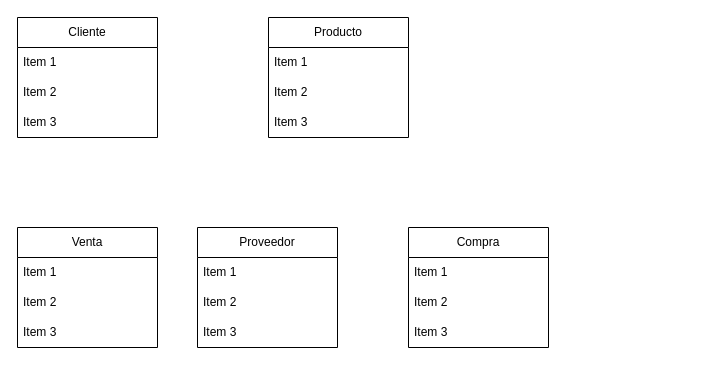
The draw.io diagram page "Página-2" (2 of 2) of DIAGRAMA/Diagraba de ER.drawio in 22620229Angel/Fdb-josue-garcia, before the edit. Source tidied: cells renumbered, new cells numbered last; positions are measured from the earlier drawing's top-left corner, leaving out a move shared by most shapes. Both pictures are drawn from the tidied source at 100%, with x=0, y=0 at pixel (17, 17).
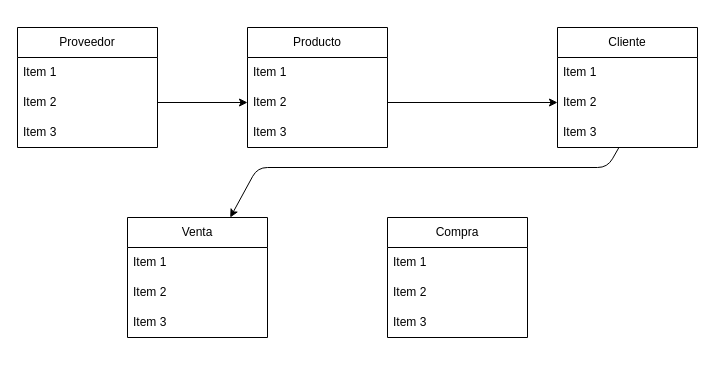
The same page after the edit.

Commit message (it also covers changes not shown here):
Examen Control Escolar

Examen josue angel garcia aparicio

The change refers to these unchanged cells:
```xml
<mxCell id="4" value="Item 2" style="text;strokeColor=none;fillColor=none;align=left;verticalAlign=middle;spacingLeft=4;spacingRight=4;overflow=hidden;points=[[0,0.5],[1,0.5]];portConstraint=eastwest;whiteSpace=wrap;html=1;" parent="2" vertex="1">
  <mxGeometry y="60" width="140" height="30" as="geometry" />
</mxCell>
<mxCell id="5" value="Item 3" style="text;strokeColor=none;fillColor=none;align=left;verticalAlign=middle;spacingLeft=4;spacingRight=4;overflow=hidden;points=[[0,0.5],[1,0.5]];portConstraint=eastwest;whiteSpace=wrap;html=1;" parent="2" vertex="1">
  <mxGeometry y="90" width="140" height="30" as="geometry" />
</mxCell>
<mxCell id="12" value="Item 2" style="text;strokeColor=none;fillColor=none;align=left;verticalAlign=middle;spacingLeft=4;spacingRight=4;overflow=hidden;points=[[0,0.5],[1,0.5]];portConstraint=eastwest;whiteSpace=wrap;html=1;" parent="10" vertex="1">
  <mxGeometry y="60" width="140" height="30" as="geometry" />
</mxCell>
<mxCell id="16" value="Item 2" style="text;strokeColor=none;fillColor=none;align=left;verticalAlign=middle;spacingLeft=4;spacingRight=4;overflow=hidden;points=[[0,0.5],[1,0.5]];portConstraint=eastwest;whiteSpace=wrap;html=1;" parent="14" vertex="1">
  <mxGeometry y="60" width="140" height="30" as="geometry" />
</mxCell>
```

Change to the diagram source:
```diff
@@
     <mxCell id="2" value="Cliente" style="swimlane;fontStyle=0;horizontal=1;startSize=30;whiteSpace=wrap;html=1;strokeColor=default;" parent="1" vertex="1">
-      <mxGeometry width="140" height="120" as="geometry" />
+      <mxGeometry x="540" y="10" width="140" height="120" as="geometry" />
     </mxCell>
@@
     <mxCell id="6" value="Venta" style="swimlane;fontStyle=0;horizontal=1;startSize=30;whiteSpace=wrap;html=1;strokeColor=default;" parent="1" vertex="1">
-      <mxGeometry y="210" width="140" height="120" as="geometry" />
+      <mxGeometry x="110" y="200" width="140" height="120" as="geometry" />
     </mxCell>
@@
     <mxCell id="10" value="Proveedor" style="swimlane;fontStyle=0;horizontal=1;startSize=30;whiteSpace=wrap;html=1;strokeColor=default;" parent="1" vertex="1">
-      <mxGeometry x="180" y="210" width="140" height="120" as="geometry" />
+      <mxGeometry y="10" width="140" height="120" as="geometry" />
     </mxCell>
@@
     <mxCell id="14" value="Producto" style="swimlane;fontStyle=0;horizontal=1;startSize=30;whiteSpace=wrap;html=1;strokeColor=default;" parent="1" vertex="1">
-      <mxGeometry x="251" width="140" height="120" as="geometry" />
+      <mxGeometry x="230" y="10" width="140" height="120" as="geometry" />
     </mxCell>
@@
     <mxCell id="18" value="Compra" style="swimlane;fontStyle=0;horizontal=1;startSize=30;whiteSpace=wrap;html=1;strokeColor=default;" parent="1" vertex="1">
-      <mxGeometry x="391" y="210" width="140" height="120" as="geometry" />
+      <mxGeometry x="370" y="200" width="140" height="120" as="geometry" />
     </mxCell>
@@
+    <mxCell id="22" style="edgeStyle=none;html=1;entryX=0;entryY=0.5;entryDx=0;entryDy=0;" parent="1" edge="1" source="12" target="16">
+      <mxGeometry relative="1" as="geometry" />
+    </mxCell>
+    <mxCell id="23" style="edgeStyle=none;html=1;entryX=0;entryY=0.5;entryDx=0;entryDy=0;" parent="1" edge="1" source="16" target="4">
+      <mxGeometry relative="1" as="geometry" />
+    </mxCell>
+    <mxCell id="24" style="edgeStyle=none;html=1;" parent="1" edge="1" source="5" target="6">
+      <mxGeometry relative="1" as="geometry">
+        <Array as="points">
+          <mxPoint x="590" y="150" />
+          <mxPoint x="240" y="150" />
+        </Array>
+      </mxGeometry>
+    </mxCell>
```
